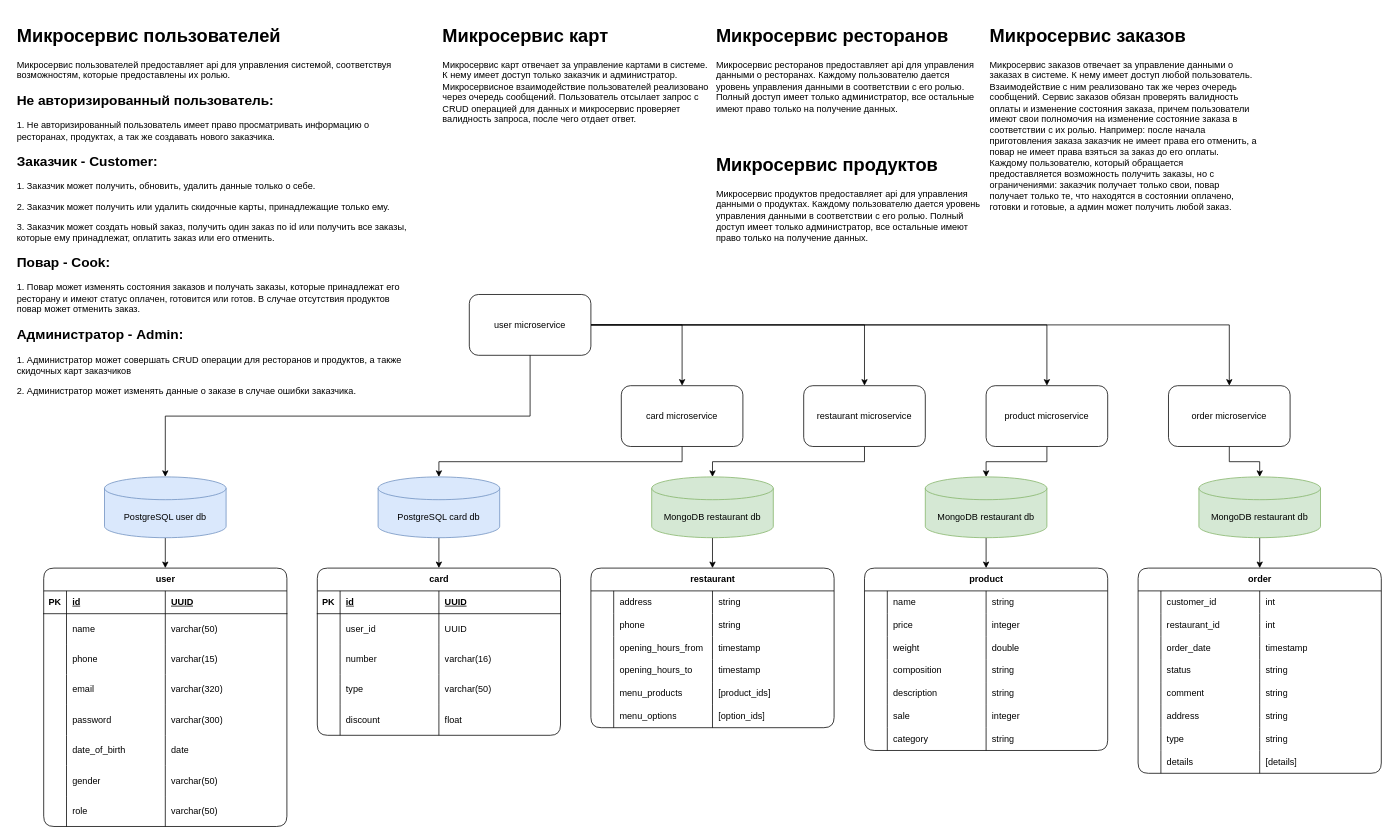
The draw.io diagram spring-restaurant.drawio in vr61v/spring-restaurant, before the edit. Source tidied: cells renumbered, new cells numbered last; positions are measured from the earlier drawing's top-left corner, leaving out a move shared by most shapes. Both pictures are drawn from the tidied source at 76%, with x=0, y=0 at pixel (13, 21).
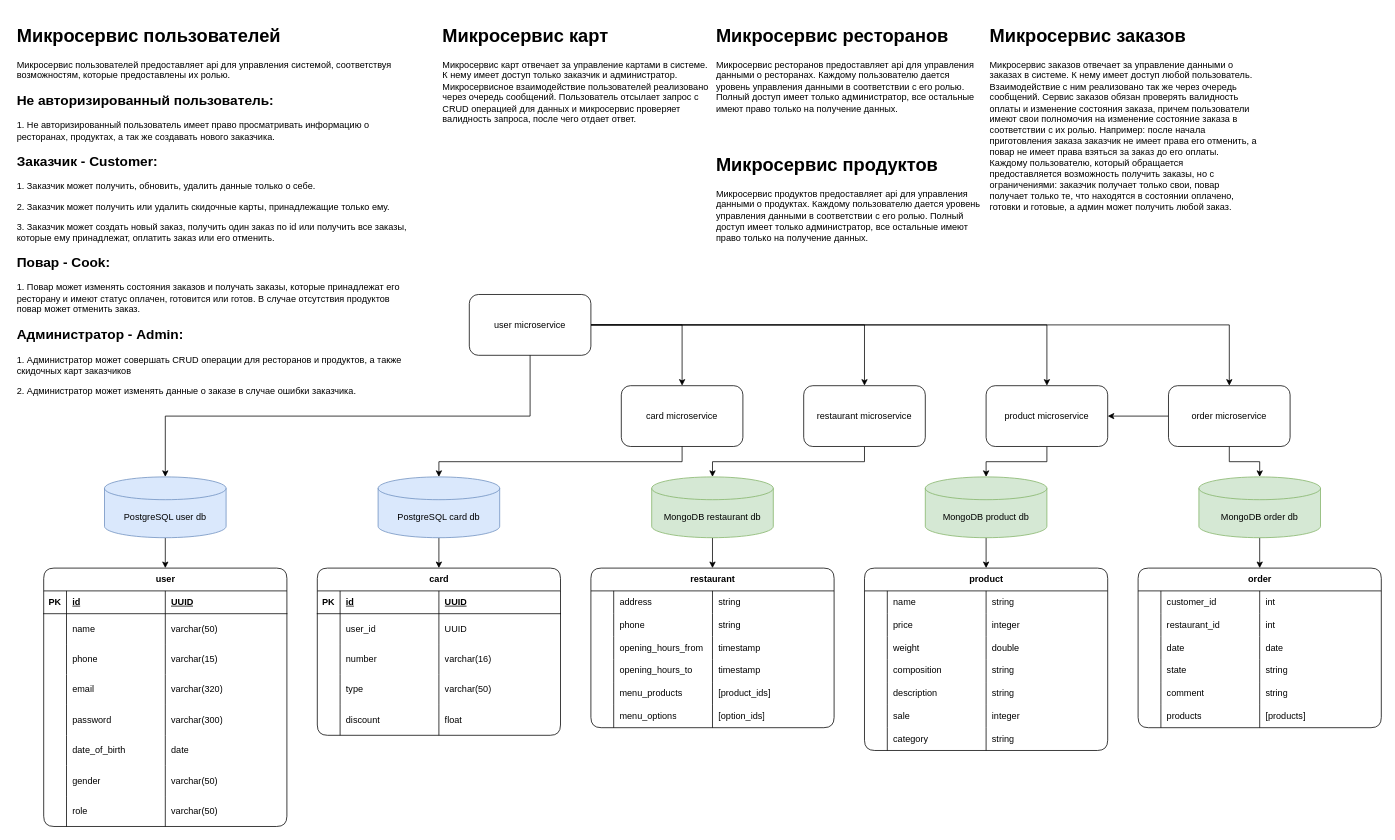
Above is the later version.

The change refers to these unchanged cells:
```xml
<mxCell id="29" value="product microservice" style="rounded=1;whiteSpace=wrap;html=1;" parent="1" vertex="1">
  <mxGeometry x="1280" y="480" width="160" height="80" as="geometry" />
</mxCell>
<mxCell id="33" value="order microservice" style="rounded=1;whiteSpace=wrap;html=1;" parent="1" vertex="1">
  <mxGeometry x="1520" y="480" width="160" height="80" as="geometry" />
</mxCell>
<mxCell id="153" style="shape=tableRow;horizontal=0;startSize=0;swimlaneHead=0;swimlaneBody=0;fillColor=none;top=0;left=0;right=0;bottom=0;" parent="144" vertex="1">
  <mxGeometry y="90" width="320" height="30" as="geometry" />
</mxCell>
<mxCell id="157" style="shape=tableRow;horizontal=0;startSize=0;swimlaneHead=0;swimlaneBody=0;fillColor=none;top=0;left=0;right=0;bottom=0;" parent="144" vertex="1">
  <mxGeometry y="120" width="320" height="30" as="geometry" />
</mxCell>
```

Diff of the diagram source:
```diff
@@
-    <mxCell id="31" value="MongoDB&amp;nbsp;restaurant&amp;nbsp;db" style="shape=cylinder3;whiteSpace=wrap;html=1;boundedLbl=1;backgroundOutline=1;size=15;fillColor=#d5e8d4;strokeColor=#82b366;" parent="1" vertex="1">
+    <mxCell id="31" value="MongoDB product db" style="shape=cylinder3;whiteSpace=wrap;html=1;boundedLbl=1;backgroundOutline=1;size=15;fillColor=#d5e8d4;strokeColor=#82b366;" parent="1" vertex="1">
       <mxGeometry x="1200" y="600" width="160" height="80" as="geometry" />
     </mxCell>
@@
+    <mxCell id="177" style="edgeStyle=orthogonalEdgeStyle;rounded=0;jettySize=auto;html=1;exitX=0;exitY=0.5;exitDx=0;exitDy=0;entryX=1;entryY=0.5;entryDx=0;entryDy=0;" parent="1" edge="1" source="33" target="29">
+      <mxGeometry relative="1" as="geometry" />
+    </mxCell>
@@
-    <mxCell id="35" value="MongoDB restaurant&amp;nbsp;db" style="shape=cylinder3;whiteSpace=wrap;html=1;boundedLbl=1;backgroundOutline=1;size=15;fillColor=#d5e8d4;strokeColor=#82b366;" parent="1" vertex="1">
+    <mxCell id="35" value="MongoDB order db" style="shape=cylinder3;whiteSpace=wrap;html=1;boundedLbl=1;backgroundOutline=1;size=15;fillColor=#d5e8d4;strokeColor=#82b366;" parent="1" vertex="1">
       <mxGeometry x="1560" y="600" width="160" height="80" as="geometry" />
     </mxCell>
@@
     <mxCell id="144" value="order" style="shape=table;startSize=30;childLayout=tableLayout;rowLines=0;fontStyle=1;align=center;html=1;rounded=1;" parent="1" vertex="1">
-      <mxGeometry x="1480" y="720" width="320" height="270" as="geometry" />
+      <mxGeometry x="1480" y="720" width="320" height="210" as="geometry" />
     </mxCell>
@@
-    <mxCell id="155" value="order_date" style="shape=partialRectangle;fillColor=none;top=0;left=0;bottom=0;right=0;align=left;spacingLeft=6;overflow=hidden;whiteSpace=wrap;html=1;" parent="153" vertex="1">
+    <mxCell id="155" value="date" style="shape=partialRectangle;fillColor=none;top=0;left=0;bottom=0;right=0;align=left;spacingLeft=6;overflow=hidden;whiteSpace=wrap;html=1;" parent="153" vertex="1">
       <mxGeometry x="30" width="130" height="30" as="geometry" />
     </mxCell>
-    <mxCell id="156" value="timestamp" style="shape=partialRectangle;fillColor=none;top=0;left=0;bottom=0;right=0;align=left;spacingLeft=6;overflow=hidden;whiteSpace=wrap;html=1;" parent="153" vertex="1">
+    <mxCell id="156" value="date" style="shape=partialRectangle;fillColor=none;top=0;left=0;bottom=0;right=0;align=left;spacingLeft=6;overflow=hidden;whiteSpace=wrap;html=1;" parent="153" vertex="1">
       <mxGeometry x="160" width="160" height="30" as="geometry" />
     </mxCell>
@@
-    <mxCell id="159" value="status" style="shape=partialRectangle;fillColor=none;top=0;left=0;bottom=0;right=0;align=left;spacingLeft=6;overflow=hidden;whiteSpace=wrap;html=1;" parent="157" vertex="1">
+    <mxCell id="159" value="state" style="shape=partialRectangle;fillColor=none;top=0;left=0;bottom=0;right=0;align=left;spacingLeft=6;overflow=hidden;whiteSpace=wrap;html=1;" parent="157" vertex="1">
       <mxGeometry x="30" width="130" height="30" as="geometry" />
     </mxCell>
@@
-    <mxCell id="165" style="shape=tableRow;horizontal=0;startSize=0;swimlaneHead=0;swimlaneBody=0;fillColor=none;top=0;left=0;right=0;bottom=0;" parent="144" vertex="1">
-      <mxGeometry y="180" width="320" height="30" as="geometry" />
-    </mxCell>
-    <mxCell id="166" style="shape=partialRectangle;fillColor=none;top=0;left=0;bottom=0;right=0;overflow=hidden;whiteSpace=wrap;html=1;" parent="165" vertex="1">
-      <mxGeometry width="30" height="30" as="geometry" />
-    </mxCell>
-    <mxCell id="167" value="address" style="shape=partialRectangle;fillColor=none;top=0;left=0;bottom=0;right=0;align=left;spacingLeft=6;overflow=hidden;whiteSpace=wrap;html=1;" parent="165" vertex="1">
-      <mxGeometry x="30" width="130" height="30" as="geometry" />
-    </mxCell>
-    <mxCell id="168" value="string" style="shape=partialRectangle;fillColor=none;top=0;left=0;bottom=0;right=0;align=left;spacingLeft=6;overflow=hidden;whiteSpace=wrap;html=1;" parent="165" vertex="1">
-      <mxGeometry x="160" width="160" height="30" as="geometry" />
-    </mxCell>
-    <mxCell id="169" style="shape=tableRow;horizontal=0;startSize=0;swimlaneHead=0;swimlaneBody=0;fillColor=none;top=0;left=0;right=0;bottom=0;" parent="144" vertex="1">
-      <mxGeometry y="210" width="320" height="30" as="geometry" />
-    </mxCell>
-    <mxCell id="170" style="shape=partialRectangle;fillColor=none;top=0;left=0;bottom=0;right=0;overflow=hidden;whiteSpace=wrap;html=1;" parent="169" vertex="1">
-      <mxGeometry width="30" height="30" as="geometry" />
-    </mxCell>
-    <mxCell id="171" value="type" style="shape=partialRectangle;fillColor=none;top=0;left=0;bottom=0;right=0;align=left;spacingLeft=6;overflow=hidden;whiteSpace=wrap;html=1;" parent="169" vertex="1">
-      <mxGeometry x="30" width="130" height="30" as="geometry" />
-    </mxCell>
-    <mxCell id="172" value="string" style="shape=partialRectangle;fillColor=none;top=0;left=0;bottom=0;right=0;align=left;spacingLeft=6;overflow=hidden;whiteSpace=wrap;html=1;" parent="169" vertex="1">
-      <mxGeometry x="160" width="160" height="30" as="geometry" />
-    </mxCell>
     <mxCell id="173" style="shape=tableRow;horizontal=0;startSize=0;swimlaneHead=0;swimlaneBody=0;fillColor=none;top=0;left=0;right=0;bottom=0;" parent="144" vertex="1">
-      <mxGeometry y="240" width="320" height="30" as="geometry" />
+      <mxGeometry y="180" width="320" height="30" as="geometry" />
     </mxCell>
@@
-    <mxCell id="175" value="details" style="shape=partialRectangle;fillColor=none;top=0;left=0;bottom=0;right=0;align=left;spacingLeft=6;overflow=hidden;whiteSpace=wrap;html=1;" parent="173" vertex="1">
+    <mxCell id="175" value="products" style="shape=partialRectangle;fillColor=none;top=0;left=0;bottom=0;right=0;align=left;spacingLeft=6;overflow=hidden;whiteSpace=wrap;html=1;" parent="173" vertex="1">
       <mxGeometry x="30" width="130" height="30" as="geometry" />
     </mxCell>
-    <mxCell id="176" value="[details]" style="shape=partialRectangle;fillColor=none;top=0;left=0;bottom=0;right=0;align=left;spacingLeft=6;overflow=hidden;whiteSpace=wrap;html=1;" parent="173" vertex="1">
+    <mxCell id="176" value="[products]" style="shape=partialRectangle;fillColor=none;top=0;left=0;bottom=0;right=0;align=left;spacingLeft=6;overflow=hidden;whiteSpace=wrap;html=1;" parent="173" vertex="1">
       <mxGeometry x="160" width="160" height="30" as="geometry" />
     </mxCell>
```
